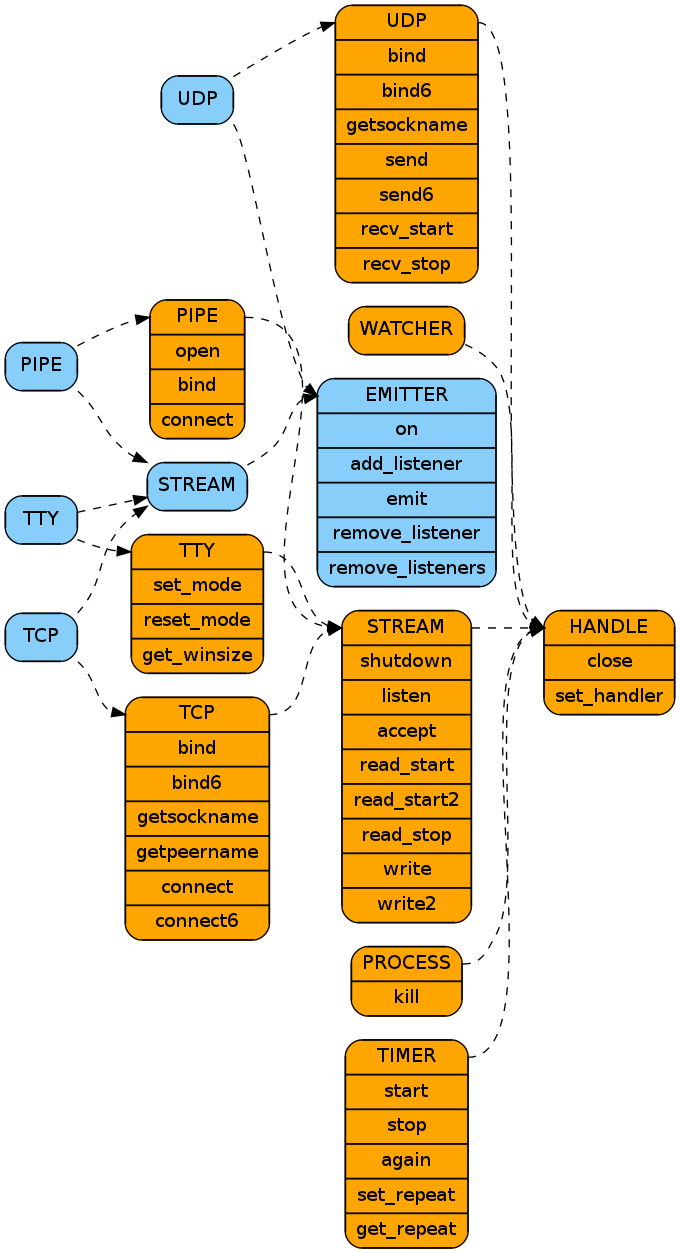
This is docs/types.png from luvit/luvit, a Graphviz export, as it was before one commit. Its source is kept beside it as docs/types.dot. The source it was exported from:
```dot
digraph finite_state_machine {
	rankdir = "LR"
	node [fontname=Sans]

  /* Userdata */
  node [shape = Mrecord, fillcolor=orange, style=filled];
  uhandle [label="<udata>HANDLE|close|set_handler"];
  uprocess [label="<udata>PROCESS|kill"];
  utimer [label="<udata>TIMER|start|stop|again|set_repeat|get_repeat"];
  uudp [label="<udata>UDP|bind|bind6|getsockname|send|send6|recv_start|recv_stop"];
  uwatcher [label="<udata>WATCHER"];
  ustream [label="<udata>STREAM|shutdown|listen|accept|read_start|read_start2|read_stop|write|write2"];
  utcp [label="<udata>TCP|bind|bind6|getsockname|getpeername|connect|connect6"];
  upipe [label="<udata>PIPE|open|bind|connect"];
  utty [label="<udata>TTY|set_mode|reset_mode|get_winsize"];

  /* lua types */
  node [shape = Mrecord, fillcolor=lightskyblue, style=filled];
  emitter [label="<table>EMITTER|on|add_listener|emit|remove_listener|remove_listeners"];
  udp [label="<table>UDP"];
  stream [label="<table>STREAM"];
  tcp [label="<table>TCP"];
  tty [label="<table>TTY"];
  pipe [label="<table>PIPE"];


  /* Inheritance Chains */
  edge [style=dashed]
  uprocess:udata -> uhandle:udata;
  utimer:udata -> uhandle:udata;
  ustream:udata -> uhandle:udata;
  uwatcher:udata -> uhandle:udata;
  uudp:udata -> uhandle:udata;
  utcp:udata -> ustream:udata;
  utty:udata -> ustream:udata;
  upipe:udata -> ustream:udata;

  stream:table -> emitter:table;
  udp:table -> emitter:table;
  tcp:table -> stream:table;
  tty:table -> stream:table;
  pipe:table -> stream:table;

  tty:table -> utty:udata;
  tcp:table -> utcp:udata;
  pipe:table -> upipe:udata;
  udp:table -> uudp:udata;

}
```
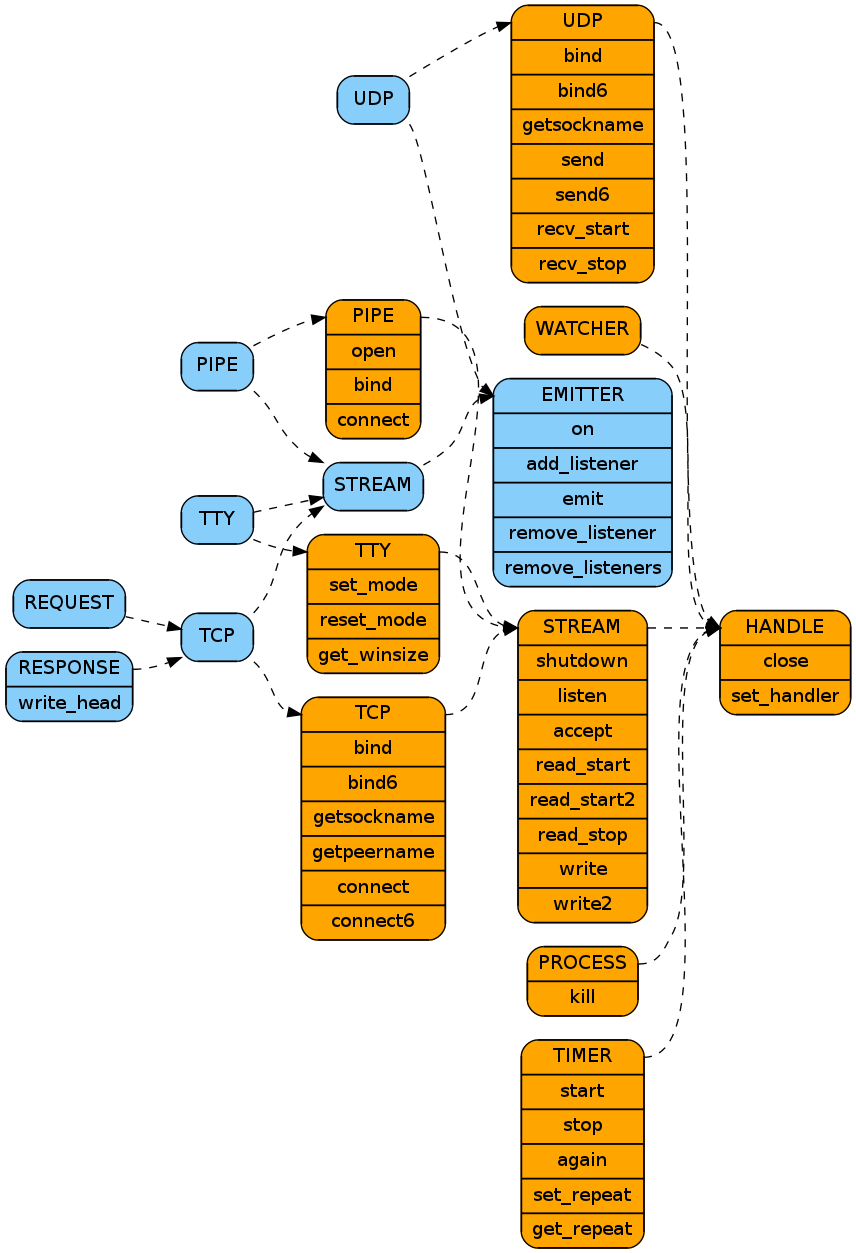
The same file after the commit.

Commit message:
Update graphviz docs to have request and response

Diff of the diagram source:
```diff
@@ -22,6 +22,8 @@
   tcp [label="<table>TCP"];
   tty [label="<table>TTY"];
   pipe [label="<table>PIPE"];
+  request [label="<table>REQUEST"];
+  response [label="<table>RESPONSE|write_head"];
 
 
   /* Inheritance Chains */
@@ -40,6 +42,8 @@
   tcp:table -> stream:table;
   tty:table -> stream:table;
   pipe:table -> stream:table;
+  request:table -> tcp:table;
+  response:table -> tcp:table;
 
   tty:table -> utty:udata;
   tcp:table -> utcp:udata;
```
